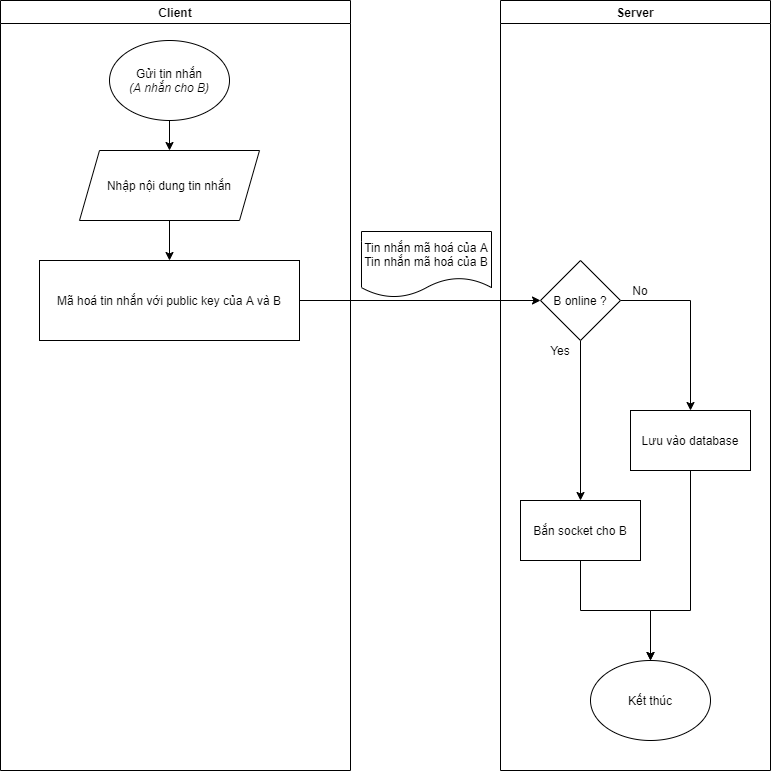
Before: imgaes/SC Send message Flowchart 2.png, a diagram exported from draw.io (mountain-chan/do-an-1). Source tidied: cells renumbered, new cells last; positions are measured from the earlier drawing's top-left corner, leaving out a move shared by most shapes. Source of this version:
```xml
<mxGraphModel>
  <root>
    <mxCell id="0" />
    <mxCell id="1" parent="0" />
    <mxCell id="2" value="Client" style="swimlane;" parent="1" vertex="1">
      <mxGeometry width="350" height="770" as="geometry" />
    </mxCell>
    <mxCell id="3" style="edgeStyle=orthogonalEdgeStyle;rounded=0;jettySize=auto;html=1;" parent="2" edge="1" source="4" target="6">
      <mxGeometry relative="1" as="geometry" />
    </mxCell>
    <mxCell id="4" value="Gửi tin nhắn&lt;br&gt;&lt;i&gt;(A nhắn cho B)&lt;/i&gt;" style="ellipse;whiteSpace=wrap;html=1;" parent="2" vertex="1">
      <mxGeometry x="109" y="40" width="120" height="80" as="geometry" />
    </mxCell>
    <mxCell id="5" style="edgeStyle=orthogonalEdgeStyle;rounded=0;jettySize=auto;html=1;" parent="2" edge="1" source="6" target="7">
      <mxGeometry relative="1" as="geometry" />
    </mxCell>
    <mxCell id="6" value="Nhập nội dung tin nhắn" style="shape=parallelogram;perimeter=parallelogramPerimeter;whiteSpace=wrap;html=1;fixedSize=1;" parent="2" vertex="1">
      <mxGeometry x="79" y="150" width="180" height="70" as="geometry" />
    </mxCell>
    <mxCell id="7" value="&lt;span&gt;Mã hoá tin nhắn với public key của A và B&lt;/span&gt;" style="rounded=0;whiteSpace=wrap;html=1;" parent="2" vertex="1">
      <mxGeometry x="39" y="260" width="260" height="80" as="geometry" />
    </mxCell>
    <mxCell id="8" value="Server" style="swimlane;startSize=23;" parent="1" vertex="1">
      <mxGeometry x="500" width="270" height="770" as="geometry" />
    </mxCell>
    <mxCell id="9" value="&lt;span&gt;Bắn socket cho B&lt;/span&gt;" style="rounded=0;whiteSpace=wrap;html=1;" parent="8" vertex="1">
      <mxGeometry x="20" y="500" width="120" height="60" as="geometry" />
    </mxCell>
    <mxCell id="10" value="Kết thúc" style="ellipse;whiteSpace=wrap;html=1;" parent="8" vertex="1">
      <mxGeometry x="90" y="660" width="120" height="80" as="geometry" />
    </mxCell>
    <mxCell id="11" style="edgeStyle=orthogonalEdgeStyle;rounded=0;jettySize=auto;html=1;entryX=0.5;entryY=0;entryDx=0;entryDy=0;" parent="8" edge="1" source="9" target="10">
      <mxGeometry relative="1" as="geometry" />
    </mxCell>
    <mxCell id="12" style="edgeStyle=orthogonalEdgeStyle;rounded=0;jettySize=auto;html=1;" parent="8" edge="1" source="14" target="9">
      <mxGeometry relative="1" as="geometry" />
    </mxCell>
    <mxCell id="13" style="edgeStyle=orthogonalEdgeStyle;rounded=0;jettySize=auto;html=1;" parent="8" edge="1" source="14" target="17">
      <mxGeometry relative="1" as="geometry" />
    </mxCell>
    <mxCell id="14" value="B online ?" style="rhombus;whiteSpace=wrap;html=1;fillColor=#ffffff;gradientColor=none;" parent="8" vertex="1">
      <mxGeometry x="40" y="260" width="80" height="80" as="geometry" />
    </mxCell>
    <mxCell id="15" value="No" style="text;html=1;strokeColor=none;fillColor=none;align=center;verticalAlign=middle;whiteSpace=wrap;rounded=0;" parent="8" vertex="1">
      <mxGeometry x="120" y="280" width="40" height="20" as="geometry" />
    </mxCell>
    <mxCell id="16" style="edgeStyle=orthogonalEdgeStyle;rounded=0;jettySize=auto;html=1;" parent="8" edge="1" source="17" target="10">
      <mxGeometry relative="1" as="geometry">
        <Array as="points">
          <mxPoint x="190" y="610" />
          <mxPoint x="150" y="610" />
        </Array>
      </mxGeometry>
    </mxCell>
    <mxCell id="17" value="&lt;span&gt;Lưu vào database&lt;/span&gt;" style="rounded=0;whiteSpace=wrap;html=1;" parent="8" vertex="1">
      <mxGeometry x="130" y="410" width="120" height="60" as="geometry" />
    </mxCell>
    <mxCell id="18" value="Yes" style="text;html=1;strokeColor=none;fillColor=none;align=center;verticalAlign=middle;whiteSpace=wrap;rounded=0;" parent="8" vertex="1">
      <mxGeometry x="40" y="340" width="40" height="20" as="geometry" />
    </mxCell>
    <mxCell id="19" value="Tin nhắn mã hoá của A&lt;br&gt;Tin nhắn mã hoá của B" style="shape=document;whiteSpace=wrap;html=1;boundedLbl=1;" parent="1" vertex="1">
      <mxGeometry x="361" y="231" width="130" height="66" as="geometry" />
    </mxCell>
    <mxCell id="20" style="edgeStyle=orthogonalEdgeStyle;rounded=0;jettySize=auto;html=1;entryX=0;entryY=0.5;entryDx=0;entryDy=0;entryPerimeter=0;" parent="1" edge="1" source="7" target="14">
      <mxGeometry relative="1" as="geometry" />
    </mxCell>
  </root>
</mxGraphModel>
```
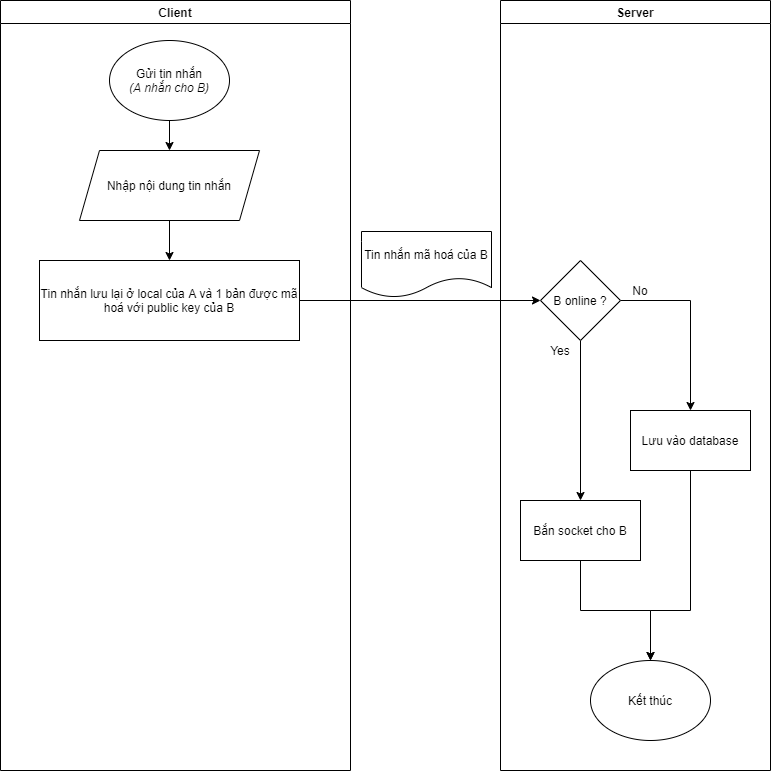
Later version of the same file.

The edit, as a diff of the source:
```diff
@@ -17,7 +17,7 @@
     <mxCell id="6" value="Nhập nội dung tin nhắn" style="shape=parallelogram;perimeter=parallelogramPerimeter;whiteSpace=wrap;html=1;fixedSize=1;" parent="2" vertex="1">
       <mxGeometry x="79" y="150" width="180" height="70" as="geometry" />
     </mxCell>
-    <mxCell id="7" value="&lt;span&gt;Mã hoá tin nhắn với public key của A và B&lt;/span&gt;" style="rounded=0;whiteSpace=wrap;html=1;" parent="2" vertex="1">
+    <mxCell id="7" value="&lt;span&gt;Tin nhắn lưu lại ở local của A và 1 bản được mã hoá với public key của B&lt;/span&gt;" style="rounded=0;whiteSpace=wrap;html=1;" parent="2" vertex="1">
       <mxGeometry x="39" y="260" width="260" height="80" as="geometry" />
     </mxCell>
     <mxCell id="8" value="Server" style="swimlane;startSize=23;" parent="1" vertex="1">
@@ -58,7 +58,7 @@
     <mxCell id="18" value="Yes" style="text;html=1;strokeColor=none;fillColor=none;align=center;verticalAlign=middle;whiteSpace=wrap;rounded=0;" parent="8" vertex="1">
       <mxGeometry x="40" y="340" width="40" height="20" as="geometry" />
     </mxCell>
-    <mxCell id="19" value="Tin nhắn mã hoá của A&lt;br&gt;Tin nhắn mã hoá của B" style="shape=document;whiteSpace=wrap;html=1;boundedLbl=1;" parent="1" vertex="1">
+    <mxCell id="19" value="Tin nhắn mã hoá của B" style="shape=document;whiteSpace=wrap;html=1;boundedLbl=1;" parent="1" vertex="1">
       <mxGeometry x="361" y="231" width="130" height="66" as="geometry" />
     </mxCell>
     <mxCell id="20" style="edgeStyle=orthogonalEdgeStyle;rounded=0;jettySize=auto;html=1;entryX=0;entryY=0.5;entryDx=0;entryDy=0;entryPerimeter=0;" parent="1" edge="1" source="7" target="14">
```
